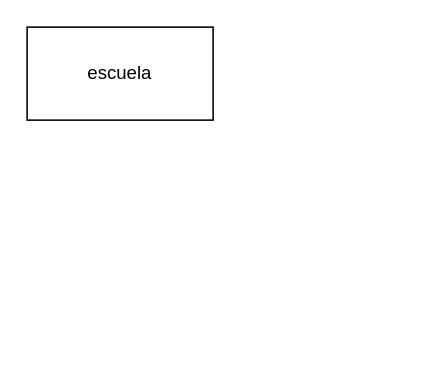
DayvelinMendoza/universidad keeps this draw.io diagram as Diagrama sin título.drawio. Above is the earlier version. Source tidied: cells renumbered, new cells numbered last; positions are measured from the earlier drawing's top-left corner, leaving out a move shared by most shapes. Both pictures are drawn from the tidied source at 155%, with x=0, y=0 at pixel (26, 26).
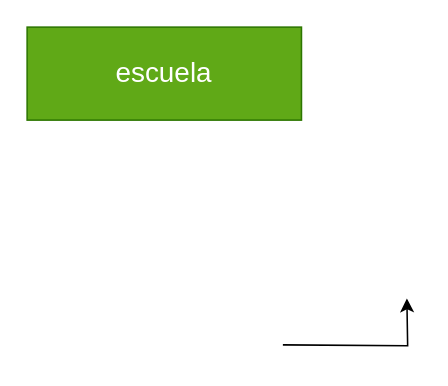
The same page after the edit.

What changed in the source:
```diff
@@
 <mxGraphModel background="light-dark(#FFFFFF,#FFFFFF)">
   <root>
     <mxCell id="0" />
     <mxCell id="1" parent="0" />
-    <mxCell id="2" value="escuela" style="rounded=0;whiteSpace=wrap;html=1;" parent="1" vertex="1">
-      <mxGeometry width="120" height="60" as="geometry" />
+    <mxCell id="2" value="escuela" style="rounded=0;whiteSpace=wrap;html=1;fontSize=18;fillColor=#60a917;fontColor=#ffffff;strokeColor=#2D7600;" parent="1" vertex="1">
+      <mxGeometry width="177" height="60" as="geometry" />
     </mxCell>
+    <mxCell id="3" style="edgeStyle=orthogonalEdgeStyle;rounded=0;orthogonalLoop=1;jettySize=auto;html=1;" parent="1" edge="1">
+      <mxGeometry relative="1" as="geometry">
+        <mxPoint x="165" y="205" as="sourcePoint" />
+        <mxPoint x="245" y="175" as="targetPoint" />
+      </mxGeometry>
+    </mxCell>
   </root>
 </mxGraphModel>
```
